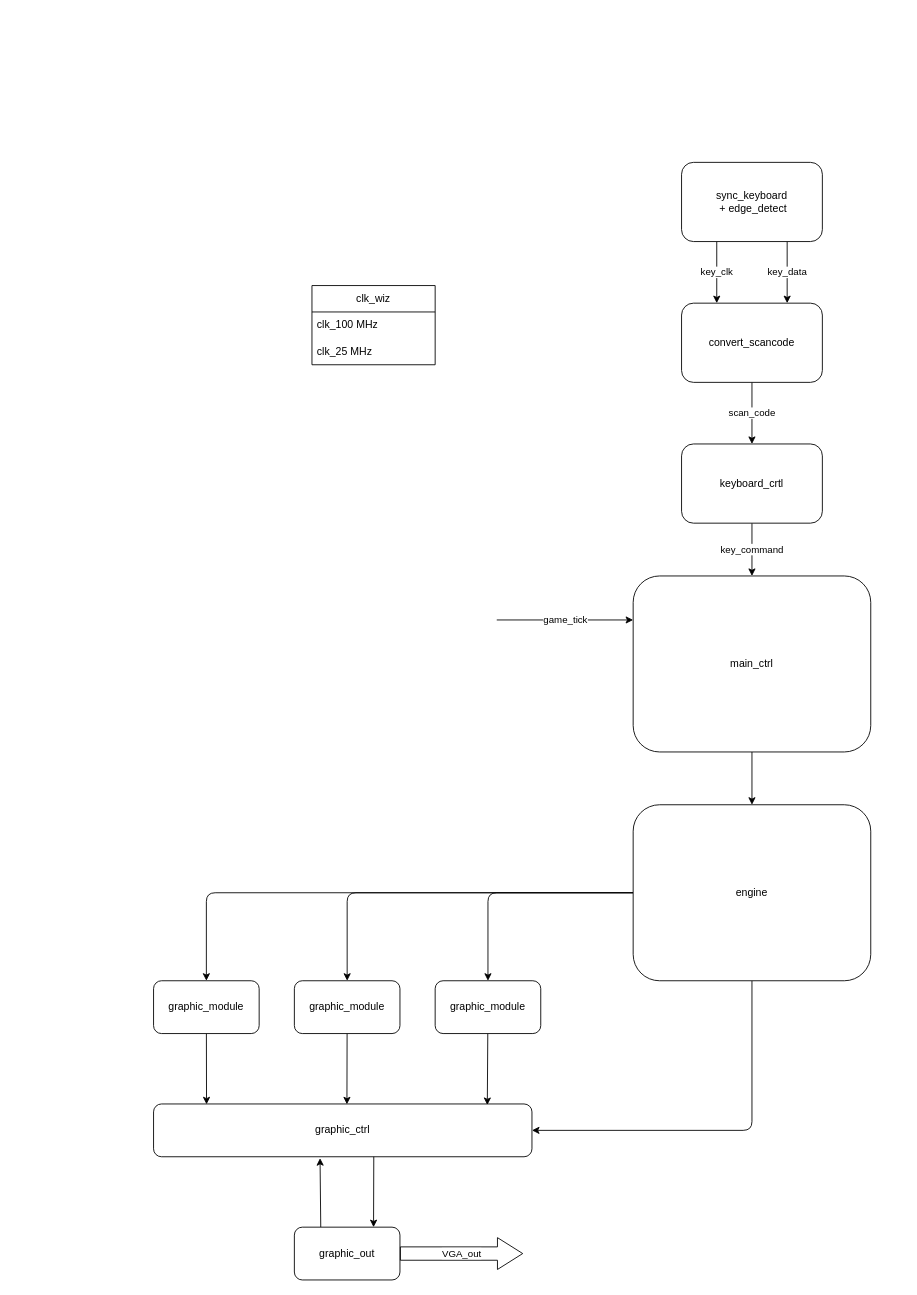
The draw.io diagram doc/block_diagram.drawio in IvarNilsson/Snake_VHDL, before the edit. Source tidied: cells renumbered, new cells numbered last; positions are measured from the earlier drawing's top-left corner, leaving out a move shared by most shapes. Both pictures are drawn from the tidied source at 88%, with x=0, y=0 at pixel (153, 162).
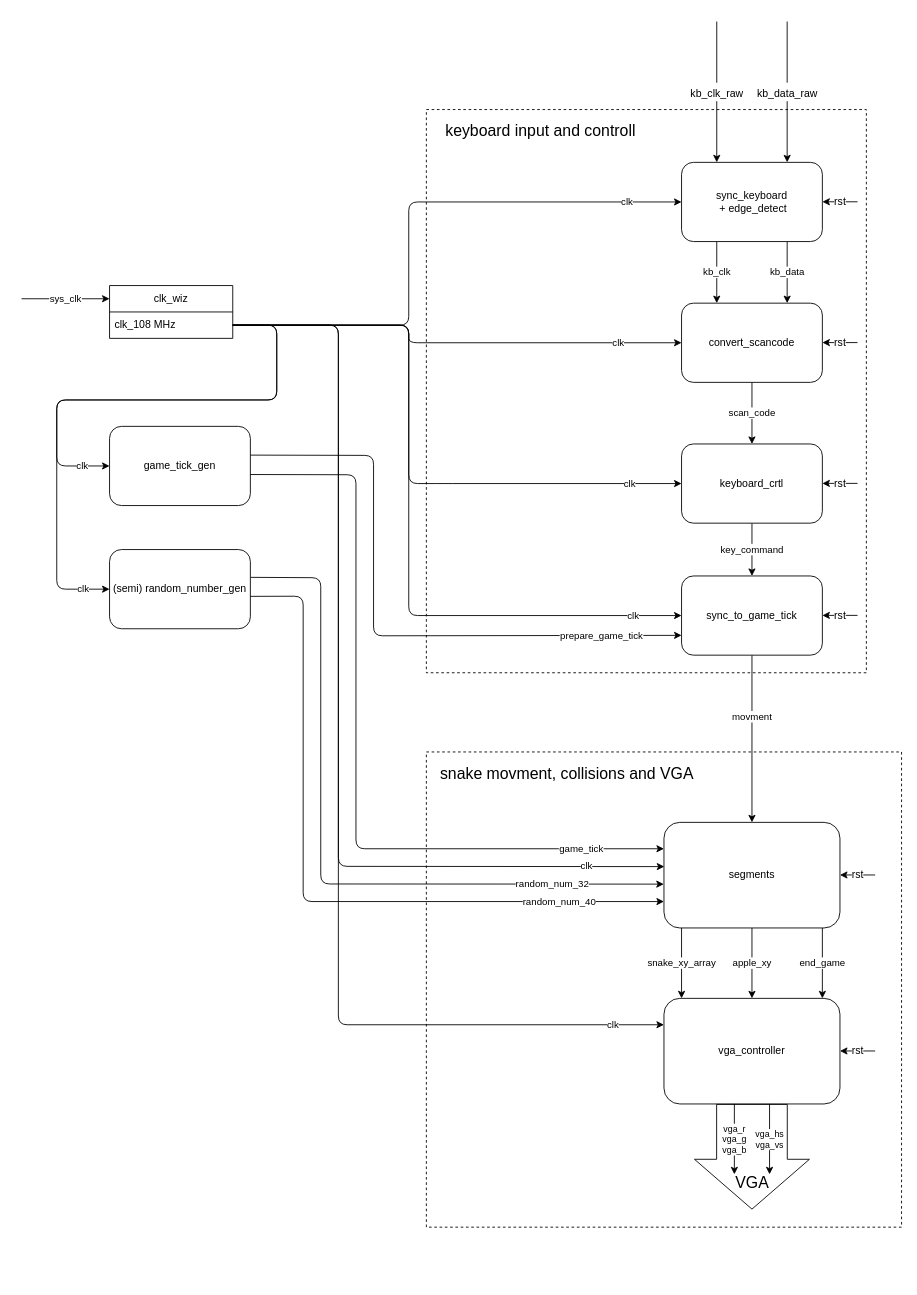
After the change.

The change refers to these unchanged cells:
```xml
<mxCell id="4" value="sync_keyboard&lt;br&gt;&amp;nbsp;+ edge_detect" style="rounded=1;whiteSpace=wrap;html=1;" parent="1" vertex="1">
  <mxGeometry x="600" width="160" height="90" as="geometry" />
</mxCell>
<mxCell id="6" value="convert_scancode" style="rounded=1;whiteSpace=wrap;html=1;" parent="1" vertex="1">
  <mxGeometry x="600" y="160" width="160" height="90" as="geometry" />
</mxCell>
<mxCell id="8" value="keyboard_crtl" style="rounded=1;whiteSpace=wrap;html=1;" parent="1" vertex="1">
  <mxGeometry x="600" y="320" width="160" height="90" as="geometry" />
</mxCell>
```

The edit, as a diff of the source:
```diff
@@
+    <mxCell id="31" style="rounded=0;whiteSpace=wrap;html=1;fontSize=18;dashed=1;fillColor=none;" parent="1" vertex="1">
+      <mxGeometry x="310" y="-60" width="500" height="640" as="geometry" />
+    </mxCell>
+    <mxCell id="32" style="rounded=0;whiteSpace=wrap;html=1;fontSize=18;dashed=1;fillColor=none;" parent="1" vertex="1">
+      <mxGeometry x="310" y="670" width="540" height="540" as="geometry" />
+    </mxCell>
-    <mxCell id="2" value="key_data" style="edgeStyle=none;html=1;exitX=0.75;exitY=1;exitDx=0;exitDy=0;entryX=0.75;entryY=0;entryDx=0;entryDy=0;" parent="1" edge="1" source="4" target="6">
+    <mxCell id="2" value="kb_data" style="edgeStyle=none;html=1;exitX=0.75;exitY=1;exitDx=0;exitDy=0;entryX=0.75;entryY=0;entryDx=0;entryDy=0;" parent="1" edge="1" source="4" target="6">
       <mxGeometry relative="1" as="geometry" />
     </mxCell>
-    <mxCell id="3" value="key_clk" style="edgeStyle=none;html=1;exitX=0.25;exitY=1;exitDx=0;exitDy=0;entryX=0.25;entryY=0;entryDx=0;entryDy=0;" parent="1" edge="1" source="4" target="6">
+    <mxCell id="3" value="kb_clk" style="edgeStyle=none;html=1;exitX=0.25;exitY=1;exitDx=0;exitDy=0;entryX=0.25;entryY=0;entryDx=0;entryDy=0;" parent="1" edge="1" source="4" target="6">
       <mxGeometry relative="1" as="geometry" />
     </mxCell>
@@
-    <mxCell id="7" value="key_command" style="edgeStyle=none;html=1;" parent="1" edge="1" source="8" target="13">
-      <mxGeometry relative="1" as="geometry" />
+    <mxCell id="7" value="key_command" style="edgeStyle=none;html=1;" parent="1" edge="1" source="8">
+      <mxGeometry relative="1" as="geometry">
+        <mxPoint x="680" y="470" as="targetPoint" />
+      </mxGeometry>
     </mxCell>
@@
+    <mxCell id="33" value="clk" style="edgeStyle=none;html=1;entryX=0;entryY=0.25;entryDx=0;entryDy=0;exitX=1;exitY=0.5;exitDx=0;exitDy=0;" parent="1" edge="1" source="10" target="51">
+      <mxGeometry x="0.91" relative="1" as="geometry">
+        <Array as="points">
+          <mxPoint x="210" y="185" />
+          <mxPoint x="210" y="980" />
+        </Array>
+      </mxGeometry>
+    </mxCell>
     <mxCell id="9" value="clk_wiz" style="swimlane;fontStyle=0;horizontal=1;startSize=30;whiteSpace=wrap;html=1;" parent="1" vertex="1">
-      <mxGeometry x="180" y="140" width="140" height="90" as="geometry" />
+      <mxGeometry x="-50" y="140" width="140" height="60" as="geometry" />
     </mxCell>
-    <mxCell id="10" value="clk_100 MHz" style="text;strokeColor=none;fillColor=none;align=left;verticalAlign=middle;spacingLeft=4;spacingRight=4;overflow=hidden;points=[[0,0.5],[1,0.5]];portConstraint=eastwest;whiteSpace=wrap;html=1;" parent="9" vertex="1">
+    <mxCell id="10" value="clk_108 MHz" style="text;strokeColor=none;fillColor=none;align=left;verticalAlign=middle;spacingLeft=4;spacingRight=4;overflow=hidden;points=[[0,0.5],[1,0.5]];portConstraint=eastwest;whiteSpace=wrap;html=1;" parent="9" vertex="1">
       <mxGeometry y="30" width="140" height="30" as="geometry" />
     </mxCell>
-    <mxCell id="11" value="clk_25 MHz" style="text;strokeColor=none;fillColor=none;align=left;verticalAlign=middle;spacingLeft=4;spacingRight=4;overflow=hidden;whiteSpace=wrap;html=1;" parent="9" vertex="1">
-      <mxGeometry y="60" width="140" height="30" as="geometry" />
-    </mxCell>
-    <mxCell id="12" style="edgeStyle=none;html=1;" parent="1" edge="1" source="13" target="30">
-      <mxGeometry relative="1" as="geometry" />
-    </mxCell>
-    <mxCell id="13" value="main_ctrl" style="rounded=1;whiteSpace=wrap;html=1;" parent="1" vertex="1">
-      <mxGeometry x="545" y="470" width="270" height="200" as="geometry" />
-    </mxCell>
+    <mxCell id="34" value="sys_clk" style="endArrow=classic;html=1;entryX=0;entryY=0.25;entryDx=0;entryDy=0;" parent="1" edge="1" target="9">
+      <mxGeometry relative="1" as="geometry">
+        <mxPoint x="-150" y="155" as="sourcePoint" />
+      </mxGeometry>
+    </mxCell>
+    <mxCell id="35" value="movment" style="edgeStyle=none;html=1;" parent="1" edge="1" source="36" target="49">
+      <mxGeometry x="-0.26" relative="1" as="geometry" />
+    </mxCell>
+    <mxCell id="36" value="sync_to_game_tick" style="rounded=1;whiteSpace=wrap;html=1;" parent="1" vertex="1">
+      <mxGeometry x="600" y="470" width="160" height="90" as="geometry" />
+    </mxCell>
+    <mxCell id="37" value="prepare_game_tick" style="edgeStyle=none;html=1;entryX=0;entryY=0.75;entryDx=0;entryDy=0;exitX=0.996;exitY=0.363;exitDx=0;exitDy=0;exitPerimeter=0;" parent="1" edge="1" source="38" target="36">
+      <mxGeometry x="0.74" relative="1" as="geometry">
+        <Array as="points">
+          <mxPoint x="250" y="333" />
+          <mxPoint x="250" y="538" />
+        </Array>
+      </mxGeometry>
+    </mxCell>
-    <mxCell id="14" value="game_tick" style="endArrow=classic;html=1;" parent="1" edge="1">
-      <mxGeometry relative="1" as="geometry">
-        <mxPoint x="390" y="520" as="sourcePoint" />
-        <mxPoint x="545" y="520" as="targetPoint" />
+    <mxCell id="14" value="game_tick" style="edgeStyle=none;html=1;entryX=0;entryY=0.25;entryDx=0;entryDy=0;exitX=0.997;exitY=0.608;exitDx=0;exitDy=0;exitPerimeter=0;" parent="1" edge="1" source="38" target="49">
+      <mxGeometry x="0.79" relative="1" as="geometry">
+        <Array as="points">
+          <mxPoint x="230" y="355" />
+          <mxPoint x="230" y="780" />
+        </Array>
       </mxGeometry>
     </mxCell>
-    <mxCell id="15" style="edgeStyle=none;html=1;entryX=0.14;entryY=0.007;entryDx=0;entryDy=0;entryPerimeter=0;" parent="1" edge="1" source="16" target="22">
-      <mxGeometry relative="1" as="geometry" />
-    </mxCell>
-    <mxCell id="16" value="graphic_module" style="rounded=1;whiteSpace=wrap;html=1;" parent="1" vertex="1">
-      <mxGeometry y="930" width="120" height="60" as="geometry" />
-    </mxCell>
-    <mxCell id="17" style="edgeStyle=none;html=1;entryX=0.511;entryY=0.007;entryDx=0;entryDy=0;entryPerimeter=0;" parent="1" edge="1" source="18" target="22">
-      <mxGeometry relative="1" as="geometry" />
-    </mxCell>
-    <mxCell id="18" value="graphic_module" style="rounded=1;whiteSpace=wrap;html=1;" parent="1" vertex="1">
-      <mxGeometry x="160" y="930" width="120" height="60" as="geometry" />
-    </mxCell>
-    <mxCell id="19" style="edgeStyle=none;html=1;entryX=0.882;entryY=0.02;entryDx=0;entryDy=0;entryPerimeter=0;" parent="1" edge="1" source="20" target="22">
-      <mxGeometry relative="1" as="geometry" />
-    </mxCell>
-    <mxCell id="20" value="graphic_module" style="rounded=1;whiteSpace=wrap;html=1;" parent="1" vertex="1">
-      <mxGeometry x="320" y="930" width="120" height="60" as="geometry" />
-    </mxCell>
-    <mxCell id="21" style="edgeStyle=none;html=1;entryX=0.75;entryY=0;entryDx=0;entryDy=0;exitX=0.582;exitY=0.986;exitDx=0;exitDy=0;exitPerimeter=0;" parent="1" edge="1" source="22" target="24">
-      <mxGeometry relative="1" as="geometry" />
-    </mxCell>
-    <mxCell id="22" value="graphic_ctrl" style="rounded=1;whiteSpace=wrap;html=1;" parent="1" vertex="1">
-      <mxGeometry y="1070" width="430" height="60" as="geometry" />
-    </mxCell>
-    <mxCell id="23" style="edgeStyle=none;html=1;exitX=0.25;exitY=0;exitDx=0;exitDy=0;entryX=0.44;entryY=1.027;entryDx=0;entryDy=0;entryPerimeter=0;" parent="1" edge="1" source="24" target="22">
-      <mxGeometry relative="1" as="geometry" />
-    </mxCell>
-    <mxCell id="24" value="graphic_out" style="rounded=1;whiteSpace=wrap;html=1;" parent="1" vertex="1">
-      <mxGeometry x="160" y="1210" width="120" height="60" as="geometry" />
-    </mxCell>
-    <mxCell id="25" value="VGA_out" style="shape=flexArrow;endArrow=classic;html=1;exitX=1;exitY=0.5;exitDx=0;exitDy=0;width=15.172413793103448;endSize=9.23448275862069;" parent="1" edge="1" source="24">
-      <mxGeometry relative="1" as="geometry">
-        <mxPoint x="420" y="1240" as="targetPoint" />
-      </mxGeometry>
-    </mxCell>
-    <mxCell id="26" style="edgeStyle=none;html=1;entryX=0.5;entryY=0;entryDx=0;entryDy=0;" parent="1" edge="1" source="30" target="16">
-      <mxGeometry relative="1" as="geometry">
-        <Array as="points">
-          <mxPoint x="60" y="830" />
-        </Array>
-      </mxGeometry>
-    </mxCell>
-    <mxCell id="27" style="edgeStyle=none;html=1;entryX=0.5;entryY=0;entryDx=0;entryDy=0;" parent="1" edge="1" source="30" target="18">
-      <mxGeometry relative="1" as="geometry">
-        <Array as="points">
-          <mxPoint x="220" y="830" />
-        </Array>
-      </mxGeometry>
-    </mxCell>
-    <mxCell id="28" style="edgeStyle=none;html=1;entryX=0.5;entryY=0;entryDx=0;entryDy=0;" parent="1" edge="1" source="30" target="20">
-      <mxGeometry relative="1" as="geometry">
-        <Array as="points">
-          <mxPoint x="380" y="830" />
-        </Array>
-      </mxGeometry>
-    </mxCell>
-    <mxCell id="29" style="edgeStyle=none;html=1;entryX=1;entryY=0.5;entryDx=0;entryDy=0;" parent="1" edge="1" source="30" target="22">
-      <mxGeometry relative="1" as="geometry">
-        <Array as="points">
-          <mxPoint x="680" y="1100" />
-        </Array>
-      </mxGeometry>
-    </mxCell>
-    <mxCell id="30" value="engine" style="rounded=1;whiteSpace=wrap;html=1;" parent="1" vertex="1">
-      <mxGeometry x="545" y="730" width="270" height="200" as="geometry" />
-    </mxCell>
+    <mxCell id="38" value="game_tick_gen" style="rounded=1;whiteSpace=wrap;html=1;" parent="1" vertex="1">
+      <mxGeometry x="-50" y="300" width="160" height="90" as="geometry" />
+    </mxCell>
+    <mxCell id="39" value="clk" style="edgeStyle=none;html=1;entryX=0;entryY=0.5;entryDx=0;entryDy=0;" parent="1" edge="1" source="10" target="38">
+      <mxGeometry x="0.88" relative="1" as="geometry">
+        <Array as="points">
+          <mxPoint x="140" y="185" />
+          <mxPoint x="140" y="270" />
+          <mxPoint x="-110" y="270" />
+          <mxPoint x="-110" y="345" />
+        </Array>
+      </mxGeometry>
+    </mxCell>
+    <mxCell id="40" value="clk" style="edgeStyle=none;html=1;entryX=0;entryY=0.5;entryDx=0;entryDy=0;" parent="1" edge="1" source="10" target="4">
+      <mxGeometry x="0.81" relative="1" as="geometry">
+        <Array as="points">
+          <mxPoint x="290" y="185" />
+          <mxPoint x="290" y="45" />
+        </Array>
+      </mxGeometry>
+    </mxCell>
+    <mxCell id="41" value="clk" style="edgeStyle=none;html=1;entryX=0;entryY=0.5;entryDx=0;entryDy=0;" parent="1" edge="1" source="10" target="6">
+      <mxGeometry x="0.73" relative="1" as="geometry">
+        <Array as="points">
+          <mxPoint x="290" y="185" />
+          <mxPoint x="290" y="205" />
+        </Array>
+      </mxGeometry>
+    </mxCell>
+    <mxCell id="42" value="clk" style="edgeStyle=none;html=1;entryX=0;entryY=0.5;entryDx=0;entryDy=0;" parent="1" edge="1" source="10" target="8">
+      <mxGeometry x="0.83" relative="1" as="geometry">
+        <Array as="points">
+          <mxPoint x="290" y="185" />
+          <mxPoint x="290" y="365" />
+          <mxPoint x="330" y="365" />
+        </Array>
+      </mxGeometry>
+    </mxCell>
+    <mxCell id="43" value="clk" style="edgeStyle=none;html=1;entryX=0;entryY=0.5;entryDx=0;entryDy=0;" parent="1" edge="1" source="10" target="36">
+      <mxGeometry x="0.87" relative="1" as="geometry">
+        <Array as="points">
+          <mxPoint x="290" y="185" />
+          <mxPoint x="290" y="515" />
+        </Array>
+      </mxGeometry>
+    </mxCell>
+    <mxCell id="44" value="random_num_32" style="edgeStyle=none;html=1;entryX=-0.001;entryY=0.585;entryDx=0;entryDy=0;entryPerimeter=0;exitX=1.002;exitY=0.351;exitDx=0;exitDy=0;exitPerimeter=0;" parent="1" edge="1" source="46" target="49">
+      <mxGeometry x="0.69" relative="1" as="geometry">
+        <Array as="points">
+          <mxPoint x="190" y="472" />
+          <mxPoint x="190" y="820" />
+        </Array>
+      </mxGeometry>
+    </mxCell>
+    <mxCell id="45" value="random_num_40" style="edgeStyle=none;html=1;entryX=0;entryY=0.75;entryDx=0;entryDy=0;exitX=0.993;exitY=0.591;exitDx=0;exitDy=0;exitPerimeter=0;" parent="1" edge="1" source="46" target="49">
+      <mxGeometry x="0.71" relative="1" as="geometry">
+        <Array as="points">
+          <mxPoint x="170" y="493" />
+          <mxPoint x="170" y="840" />
+        </Array>
+      </mxGeometry>
+    </mxCell>
+    <mxCell id="46" value="(semi) random_number_gen" style="rounded=1;whiteSpace=wrap;html=1;" parent="1" vertex="1">
+      <mxGeometry x="-50" y="440" width="160" height="90" as="geometry" />
+    </mxCell>
+    <mxCell id="47" value="clk" style="edgeStyle=none;html=1;entryX=0;entryY=0.5;entryDx=0;entryDy=0;" parent="1" edge="1" source="10" target="46">
+      <mxGeometry x="0.91" relative="1" as="geometry">
+        <Array as="points">
+          <mxPoint x="140" y="185" />
+          <mxPoint x="140" y="270" />
+          <mxPoint x="-110" y="270" />
+          <mxPoint x="-110" y="485" />
+        </Array>
+      </mxGeometry>
+    </mxCell>
+    <mxCell id="48" value="apple_xy" style="edgeStyle=none;html=1;entryX=0.5;entryY=0;entryDx=0;entryDy=0;" parent="1" edge="1" source="49" target="51">
+      <mxGeometry relative="1" as="geometry" />
+    </mxCell>
+    <mxCell id="49" value="segments" style="rounded=1;whiteSpace=wrap;html=1;" parent="1" vertex="1">
+      <mxGeometry x="580" y="750" width="200" height="120" as="geometry" />
+    </mxCell>
+    <mxCell id="50" value="clk" style="edgeStyle=none;html=1;entryX=0.002;entryY=0.419;entryDx=0;entryDy=0;entryPerimeter=0;" parent="1" edge="1" source="10" target="49">
+      <mxGeometry x="0.84" relative="1" as="geometry">
+        <Array as="points">
+          <mxPoint x="210" y="185" />
+          <mxPoint x="210" y="800" />
+        </Array>
+      </mxGeometry>
+    </mxCell>
+    <mxCell id="51" value="vga_controller" style="rounded=1;whiteSpace=wrap;html=1;" parent="1" vertex="1">
+      <mxGeometry x="580" y="950" width="200" height="120" as="geometry" />
+    </mxCell>
+    <mxCell id="52" value="end_game" style="edgeStyle=none;html=1;exitX=0.7;exitY=1;exitDx=0;exitDy=0;exitPerimeter=0;" parent="1" edge="1">
+      <mxGeometry relative="1" as="geometry">
+        <mxPoint x="760" y="870" as="sourcePoint" />
+        <mxPoint x="760" y="950" as="targetPoint" />
+      </mxGeometry>
+    </mxCell>
+    <mxCell id="53" value="snake_xy_array" style="edgeStyle=none;html=1;exitX=0.7;exitY=1;exitDx=0;exitDy=0;exitPerimeter=0;" parent="1" edge="1">
+      <mxGeometry relative="1" as="geometry">
+        <mxPoint x="600" y="870" as="sourcePoint" />
+        <mxPoint x="600" y="950" as="targetPoint" />
+      </mxGeometry>
+    </mxCell>
+    <mxCell id="54" value="vga_r&lt;br&gt;vga_g&lt;br&gt;vga_b" style="edgeStyle=none;html=1;fontSize=10;exitX=0.4;exitY=1;exitDx=0;exitDy=0;exitPerimeter=0;" parent="1" edge="1" source="51">
+      <mxGeometry relative="1" as="geometry">
+        <mxPoint x="660" y="1150" as="targetPoint" />
+      </mxGeometry>
+    </mxCell>
+    <mxCell id="55" value="vga_hs&lt;br&gt;vga_vs" style="edgeStyle=none;html=1;fontSize=10;exitX=0.6;exitY=1;exitDx=0;exitDy=0;exitPerimeter=0;" parent="1" edge="1" source="51">
+      <mxGeometry relative="1" as="geometry">
+        <mxPoint x="700" y="1150" as="targetPoint" />
+      </mxGeometry>
+    </mxCell>
+    <mxCell id="56" value="&lt;font style=&quot;font-size: 18px;&quot;&gt;VGA&lt;/font&gt;" style="shape=flexArrow;endArrow=classic;html=1;fontSize=10;exitX=0.5;exitY=1;exitDx=0;exitDy=0;width=80.27777777777777;endSize=18.538888888888888;endWidth=49.367283950617285;" parent="1" edge="1" source="51">
+      <mxGeometry x="0.5" relative="1" as="geometry">
+        <mxPoint x="680" y="1190" as="targetPoint" />
+      </mxGeometry>
+    </mxCell>
+    <mxCell id="57" value="keyboard input and controll" style="text;html=1;strokeColor=none;fillColor=none;align=center;verticalAlign=middle;whiteSpace=wrap;rounded=0;dashed=1;fontSize=18;" parent="1" vertex="1">
+      <mxGeometry x="320" y="-50" width="240" height="30" as="geometry" />
+    </mxCell>
+    <mxCell id="58" value="snake movment, collisions and VGA" style="text;html=1;strokeColor=none;fillColor=none;align=center;verticalAlign=middle;whiteSpace=wrap;rounded=0;dashed=1;fontSize=18;" parent="1" vertex="1">
+      <mxGeometry x="310" y="680" width="320" height="30" as="geometry" />
+    </mxCell>
+    <mxCell id="59" value="&lt;font style=&quot;font-size: 12px;&quot;&gt;kb_clk_raw&lt;/font&gt;" style="endArrow=classic;html=1;fontSize=18;" parent="1" edge="1">
+      <mxGeometry relative="1" as="geometry">
+        <mxPoint x="640" y="-160" as="sourcePoint" />
+        <mxPoint x="640" as="targetPoint" />
+      </mxGeometry>
+    </mxCell>
+    <mxCell id="60" value="&lt;font style=&quot;font-size: 12px;&quot;&gt;kb_data_raw&lt;/font&gt;" style="endArrow=classic;html=1;fontSize=18;" parent="1" edge="1">
+      <mxGeometry relative="1" as="geometry">
+        <mxPoint x="720" y="-160" as="sourcePoint" />
+        <mxPoint x="720" as="targetPoint" />
+      </mxGeometry>
+    </mxCell>
+    <mxCell id="61" value="rst" style="endArrow=classic;html=1;fontSize=12;" parent="1" edge="1">
+      <mxGeometry relative="1" as="geometry">
+        <mxPoint x="800" y="44.8" as="sourcePoint" />
+        <mxPoint x="760" y="44.8" as="targetPoint" />
+      </mxGeometry>
+    </mxCell>
+    <mxCell id="62" value="rst" style="endArrow=classic;html=1;fontSize=12;" parent="1" edge="1">
+      <mxGeometry relative="1" as="geometry">
+        <mxPoint x="820" y="1009.8" as="sourcePoint" />
+        <mxPoint x="780" y="1009.8" as="targetPoint" />
+      </mxGeometry>
+    </mxCell>
+    <mxCell id="63" value="rst" style="endArrow=classic;html=1;fontSize=12;" parent="1" edge="1">
+      <mxGeometry relative="1" as="geometry">
+        <mxPoint x="820" y="809.8" as="sourcePoint" />
+        <mxPoint x="780" y="809.8" as="targetPoint" />
+      </mxGeometry>
+    </mxCell>
+    <mxCell id="64" value="rst" style="endArrow=classic;html=1;fontSize=12;" parent="1" edge="1">
+      <mxGeometry relative="1" as="geometry">
+        <mxPoint x="800" y="514.8" as="sourcePoint" />
+        <mxPoint x="760" y="514.8" as="targetPoint" />
+      </mxGeometry>
+    </mxCell>
+    <mxCell id="65" value="rst" style="endArrow=classic;html=1;fontSize=12;" parent="1" edge="1">
+      <mxGeometry relative="1" as="geometry">
+        <mxPoint x="800" y="364.8" as="sourcePoint" />
+        <mxPoint x="760" y="364.8" as="targetPoint" />
+      </mxGeometry>
+    </mxCell>
+    <mxCell id="66" value="rst" style="endArrow=classic;html=1;fontSize=12;" parent="1" edge="1">
+      <mxGeometry relative="1" as="geometry">
+        <mxPoint x="800" y="204.8" as="sourcePoint" />
+        <mxPoint x="760" y="204.8" as="targetPoint" />
+      </mxGeometry>
+    </mxCell>
```
